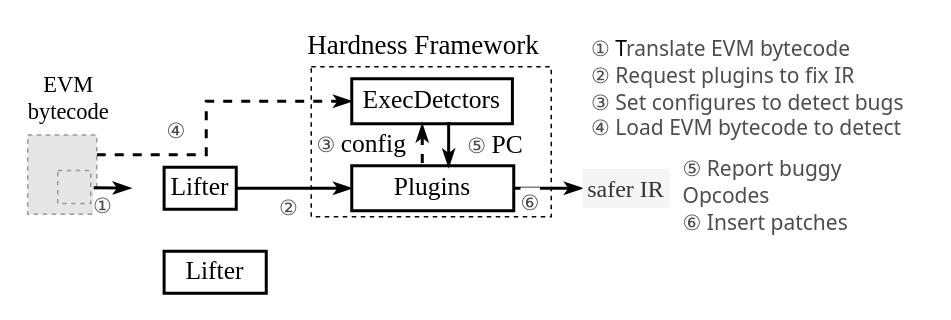
The draw.io diagram page "plugins" (3 of 11) of Untitled Diagram.drawio in Kenun99/drawio.repo, before the edit. Source tidied: cells renumbered, new cells numbered last; positions are measured from the earlier drawing's top-left corner, leaving out a move shared by most shapes. Both pictures are drawn from the tidied source at 150%, with x=0, y=0 at pixel (26, 26). Pictures stored in the file or linked from it are replaced by grey dashed boxes.
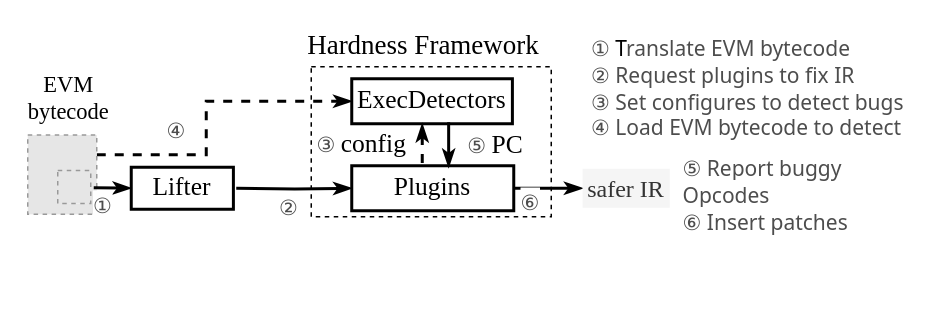
The same page after the edit.

The change refers to these unchanged cells:
```xml
<mxCell id="11" value="Plugins" style="rounded=0;whiteSpace=wrap;html=1;fontFamily=Times New Roman;fontColor=#000000;fontSize=17;strokeWidth=2;" parent="1" vertex="1">
  <mxGeometry x="217" y="93" width="108" height="30" as="geometry" />
</mxCell>
```

Change to the diagram source:
```diff
@@
-    <mxCell id="13" style="edgeStyle=orthogonalEdgeStyle;rounded=0;jettySize=auto;html=1;entryX=0;entryY=0.5;entryDx=0;entryDy=0;fontFamily=Times New Roman;fontSize=14;startArrow=none;startFill=0;endArrow=classicThin;endFill=1;strokeWidth=2;" parent="1" edge="1" source="14" target="11">
-      <mxGeometry relative="1" as="geometry" />
+    <mxCell id="13" style="edgeStyle=orthogonalEdgeStyle;rounded=0;jettySize=auto;html=1;entryX=0;entryY=0.5;entryDx=0;entryDy=0;fontFamily=Times New Roman;fontSize=14;startArrow=none;startFill=0;endArrow=classicThin;endFill=1;strokeWidth=2;" parent="1" edge="1" target="11">
+      <mxGeometry relative="1" as="geometry">
+        <mxPoint x="140" y="108" as="sourcePoint" />
+      </mxGeometry>
     </mxCell>
-    <mxCell id="14" value="Lifter" style="rounded=0;whiteSpace=wrap;html=1;fontFamily=Times New Roman;fontColor=#000000;fontSize=17;strokeWidth=2;" parent="1" vertex="1">
-      <mxGeometry x="91.9" y="94" width="48.1" height="28" as="geometry" />
-    </mxCell>
@@
-    <mxCell id="29" value="ExecDetctors" style="rounded=0;whiteSpace=wrap;html=1;fontFamily=Times New Roman;fontColor=#000000;fontSize=17;strokeWidth=2;" parent="1" vertex="1">
+    <mxCell id="29" value="ExecDetectors" style="rounded=0;whiteSpace=wrap;html=1;fontFamily=Times New Roman;fontColor=#000000;fontSize=17;strokeWidth=2;" parent="1" vertex="1">
       <mxGeometry x="217" y="35" width="107.1" height="30" as="geometry" />
     </mxCell>
@@
     <mxCell id="32" value="Lifter" style="rounded=0;whiteSpace=wrap;html=1;fontFamily=Times New Roman;fontColor=#000000;fontSize=17;strokeWidth=2;" parent="1" vertex="1">
-      <mxGeometry x="91.9" y="150" width="68.1" height="28" as="geometry" />
+      <mxGeometry x="70" y="94" width="68.1" height="28" as="geometry" />
     </mxCell>
```
